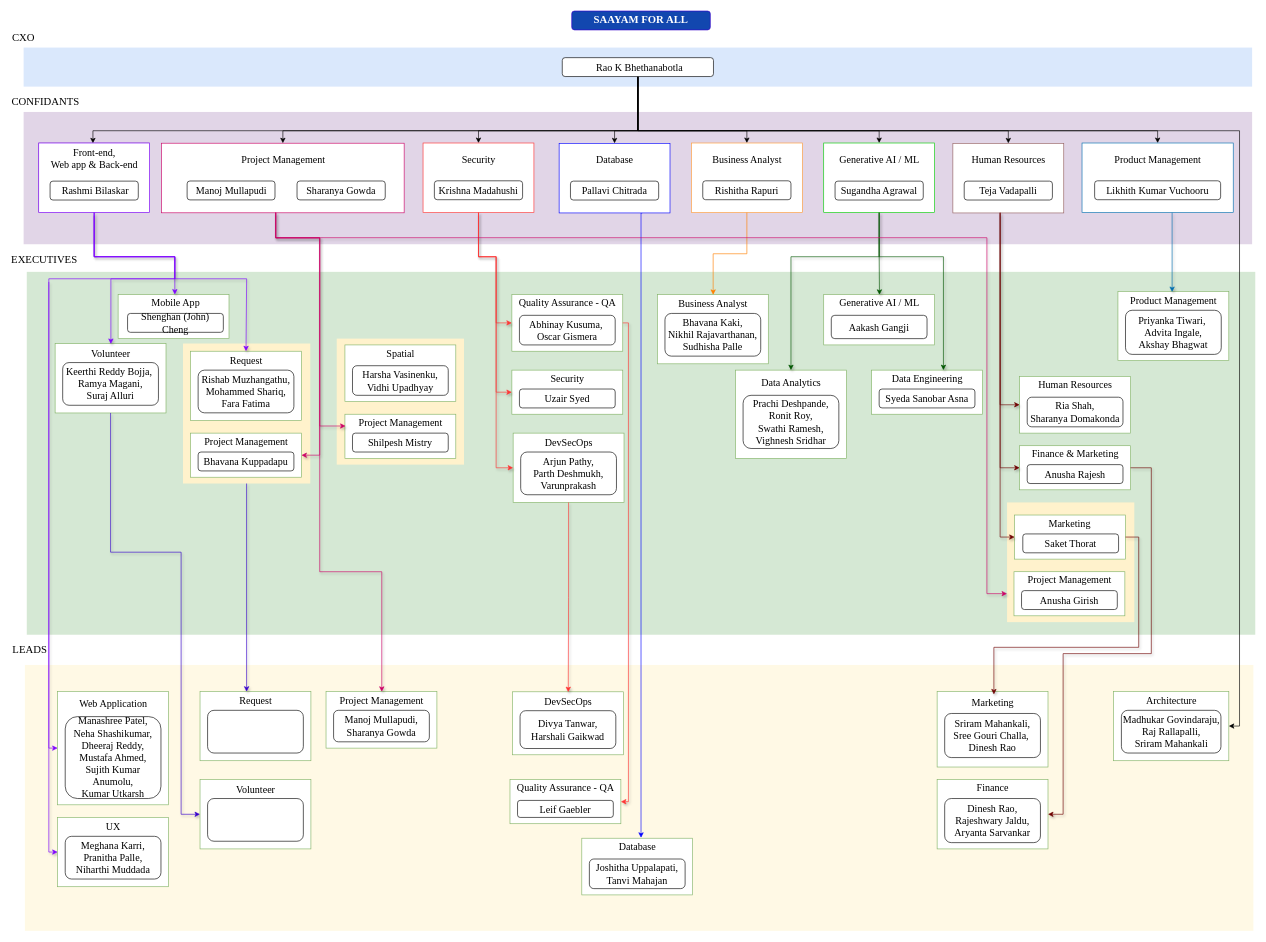
Before: saayam_organizationchart.drawio in PallaviChitrada10/PallaviChitrada10, a draw.io diagram. Source tidied: cells renumbered, new cells numbered last; positions are measured from the earlier drawing's top-left corner, leaving out a move shared by most shapes. Both pictures are drawn from the tidied source at 63%, with x=0, y=0 at pixel (11, 11).
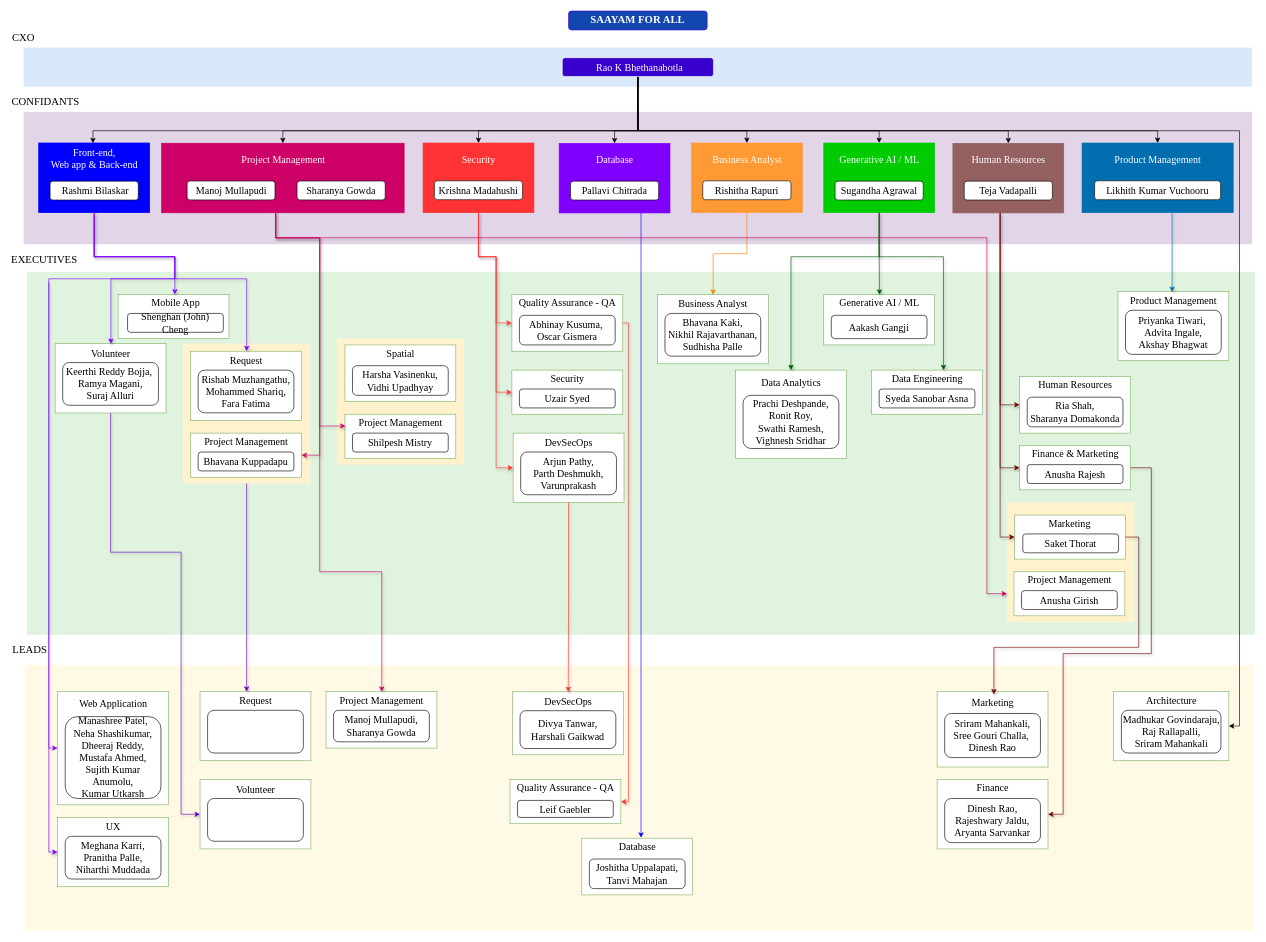
Above is the later version.

Unchanged cells that the change refers to:
```xml
<mxCell id="23" style="group;" parent="1" vertex="1">
  <mxGeometry x="654" y="209.5" width="176" height="110.5" as="geometry" />
</mxCell>
<mxCell id="27" style="group;" parent="1" vertex="1">
  <mxGeometry x="239" y="209.8" width="385" height="110.5" as="geometry" />
</mxCell>
<mxCell id="32" style="group;" parent="1" vertex="1">
  <mxGeometry x="870" y="210" width="176" height="110.5" as="geometry" />
</mxCell>
<mxCell id="37" style="group;" parent="1" vertex="1">
  <mxGeometry x="1080" y="209.5" width="176" height="110.5" as="geometry" />
</mxCell>
<mxCell id="41" style="group;" parent="1" vertex="1">
  <mxGeometry x="1290" y="209.5" width="176" height="110.5" as="geometry" />
</mxCell>
<mxCell id="45" style="group;" parent="1" vertex="1">
  <mxGeometry x="1495" y="210" width="176" height="110.5" as="geometry" />
</mxCell>
<mxCell id="49" style="group;" parent="1" vertex="1">
  <mxGeometry x="1700" y="209.5" width="240" height="110.5" as="geometry" />
</mxCell>
<mxCell id="70" style="rounded=0;whiteSpace=wrap;html=1;strokeColor=none;fillColor=#FFF2CC;fontFamily=Garamond;" parent="69" vertex="1">
  <mxGeometry x="-12" y="-12.2" width="202" height="222.2" as="geometry" />
</mxCell>
<mxCell id="71" style="rounded=0;whiteSpace=wrap;html=1;strokeColor=#82b366;fillColor=light-dark(#ffffff, #1f2f1e);fontFamily=Garamond;" parent="69" vertex="1">
  <mxGeometry width="176" height="110" as="geometry" />
</mxCell>
<mxCell id="133" style="rounded=0;whiteSpace=wrap;html=1;strokeColor=#82b366;fillColor=light-dark(#ffffff, #1f2f1e);fontFamily=Garamond;" parent="132" vertex="1">
  <mxGeometry width="176" height="110" as="geometry" />
</mxCell>
<mxCell id="177" style="rounded=0;whiteSpace=wrap;html=1;strokeColor=#82b366;fillColor=light-dark(#ffffff, #1f2f1e);fontFamily=Garamond;" parent="176" vertex="1">
  <mxGeometry width="176" height="110" as="geometry" />
</mxCell>
<mxCell id="183" style="rounded=0;whiteSpace=wrap;html=1;strokeColor=#82b366;fillColor=light-dark(#ffffff, #1f2f1e);fontFamily=Garamond;" parent="182" vertex="1">
  <mxGeometry width="176" height="110" as="geometry" />
</mxCell>
```

The edit, as a diff of the source:
```diff
@@
-    <mxCell id="3" style="rounded=0;whiteSpace=wrap;html=1;strokeColor=none;fillColor=#d5e8d4;fontFamily=Garamond;" parent="1" vertex="1">
+    <mxCell id="3" style="rounded=0;whiteSpace=wrap;html=1;strokeColor=none;fillColor=#DFF3DE;fontFamily=Garamond;" parent="1" vertex="1">
       <mxGeometry x="25" y="414" width="1950" height="576" as="geometry" />
     </mxCell>
@@
     <mxCell id="5" value="&lt;b&gt;&lt;font style=&quot;font-size: 17px;&quot;&gt;SAAYAM FOR ALL&lt;/font&gt;&lt;/b&gt;" style="rounded=1;whiteSpace=wrap;html=1;fillColor=light-dark(#1247af, #3a756b);strokeColor=#3700CC;fontColor=#ffffff;fontFamily=Garamond;" parent="1" vertex="1">
-      <mxGeometry x="890" width="220" height="30" as="geometry" />
+      <mxGeometry x="885" width="220" height="30" as="geometry" />
     </mxCell>
@@
-    <mxCell id="16" value="&lt;p class=&quot;MsoNormal&quot; style=&quot;text-indent: 0.5in;&quot;&gt;&lt;font face=&quot;Garamond&quot; style=&quot;font-size: 16px;&quot;&gt;&amp;nbsp;Rao K Bhethanabotla&lt;/font&gt;&lt;/p&gt;" style="rounded=1;whiteSpace=wrap;html=1;fontFamily=Garamond;align=left;" parent="1" vertex="1">
+    <mxCell id="16" value="&lt;p class=&quot;MsoNormal&quot; style=&quot;text-indent: 0.5in;&quot;&gt;&lt;font face=&quot;Garamond&quot; style=&quot;font-size: 16px; color: rgb(255, 255, 255);&quot;&gt;&amp;nbsp;Rao K Bhethanabotla&lt;/font&gt;&lt;/p&gt;" style="rounded=1;whiteSpace=wrap;html=1;fontFamily=Garamond;align=left;fillColor=#3700CC;strokeColor=#FFFFFF;" parent="1" vertex="1">
       <mxGeometry x="875" y="74" width="240" height="30" as="geometry" />
     </mxCell>
@@
-    <mxCell id="19" style="group;strokeColor=#9673a6;fillColor=#e1d5e7;" parent="1" vertex="1">
+    <mxCell id="19" style="group;strokeColor=#9673a6;fillColor=#E1D5E7;" parent="1" vertex="1">
       <mxGeometry x="44" y="209.5" width="176" height="110.5" as="geometry" />
     </mxCell>
-    <mxCell id="20" style="rounded=0;whiteSpace=wrap;html=1;strokeColor=#7F00FF;fillColor=light-dark(#ffffff, #1f2f1e);fontFamily=Garamond;" parent="19" vertex="1">
+    <mxCell id="20" style="rounded=0;whiteSpace=wrap;html=1;strokeColor=light-dark(#0000FF,#1F2F1E);fillColor=light-dark(#0000FF,#1F2F1E);fontFamily=Garamond;" parent="19" vertex="1">
       <mxGeometry width="176" height="110.5" as="geometry" />
     </mxCell>
-    <mxCell id="21" value="&lt;span lang=&quot;EN-IN&quot; style=&quot;font-size: 12pt; line-height: 115%;&quot;&gt;&lt;font face=&quot;Garamond&quot;&gt;Front-end,&lt;br&gt;Web app &amp;amp; Back-end&lt;/font&gt;&lt;/span&gt;" style="text;html=1;whiteSpace=wrap;strokeColor=none;fillColor=none;align=center;verticalAlign=middle;rounded=0;" parent="19" vertex="1">
+    <mxCell id="21" value="&lt;span lang=&quot;EN-IN&quot; style=&quot;font-size: 12pt; line-height: 115%;&quot;&gt;&lt;font face=&quot;Garamond&quot; style=&quot;color: rgb(255, 255, 255);&quot;&gt;Front-end,&lt;br&gt;Web app &amp;amp; Back-end&lt;/font&gt;&lt;/span&gt;" style="text;html=1;whiteSpace=wrap;strokeColor=none;fillColor=none;align=center;verticalAlign=middle;rounded=0;" parent="19" vertex="1">
       <mxGeometry x="1" y="10.5" width="175" height="30" as="geometry" />
     </mxCell>
@@
-    <mxCell id="24" style="rounded=0;whiteSpace=wrap;html=1;strokeColor=#FF3333;fillColor=light-dark(#ffffff, #1f2f1e);fontFamily=Garamond;" parent="23" vertex="1">
+    <mxCell id="24" style="rounded=0;whiteSpace=wrap;html=1;strokeColor=#FF3333;fillColor=light-dark(#FF3333,#1F2F1E);fontFamily=Garamond;" parent="23" vertex="1">
       <mxGeometry width="176" height="110.5" as="geometry" />
     </mxCell>
-    <mxCell id="25" value="&lt;font face=&quot;Garamond&quot;&gt;&lt;span style=&quot;font-size: 16px;&quot;&gt;Security&lt;/span&gt;&lt;/font&gt;" style="text;html=1;whiteSpace=wrap;strokeColor=none;fillColor=none;align=center;verticalAlign=middle;rounded=0;" parent="23" vertex="1">
+    <mxCell id="25" value="&lt;font face=&quot;Garamond&quot; style=&quot;color: rgb(255, 255, 255);&quot;&gt;&lt;span style=&quot;font-size: 16px;&quot;&gt;Security&lt;/span&gt;&lt;/font&gt;" style="text;html=1;whiteSpace=wrap;strokeColor=none;fillColor=none;align=center;verticalAlign=middle;rounded=0;" parent="23" vertex="1">
       <mxGeometry x="1" y="10.5" width="175" height="30" as="geometry" />
     </mxCell>
@@
-    <mxCell id="28" style="rounded=0;whiteSpace=wrap;html=1;strokeColor=#CC0066;fillColor=light-dark(#ffffff, #1f2f1e);fontFamily=Garamond;" parent="27" vertex="1">
+    <mxCell id="28" style="rounded=0;whiteSpace=wrap;html=1;strokeColor=#CC0066;fillColor=light-dark(#CC0066,#1F2F1E);fontFamily=Garamond;" parent="27" vertex="1">
       <mxGeometry width="385" height="110.5" as="geometry" />
     </mxCell>
-    <mxCell id="29" value="&lt;font face=&quot;Garamond&quot;&gt;&lt;span style=&quot;font-size: 16px;&quot;&gt;Project Management&lt;/span&gt;&lt;/font&gt;" style="text;html=1;whiteSpace=wrap;strokeColor=none;fillColor=none;align=center;verticalAlign=middle;rounded=0;" parent="27" vertex="1">
+    <mxCell id="29" value="&lt;font face=&quot;Garamond&quot; style=&quot;color: rgb(255, 255, 255);&quot;&gt;&lt;span style=&quot;font-size: 16px;&quot;&gt;Project Management&lt;/span&gt;&lt;/font&gt;" style="text;html=1;whiteSpace=wrap;strokeColor=none;fillColor=none;align=center;verticalAlign=middle;rounded=0;" parent="27" vertex="1">
       <mxGeometry x="2.2" y="10.5" width="382.8" height="30" as="geometry" />
     </mxCell>
@@
-    <mxCell id="34" style="rounded=0;whiteSpace=wrap;html=1;strokeColor=#0000FF;fillColor=light-dark(#ffffff, #1f2f1e);fontFamily=Garamond;" parent="32" vertex="1">
+    <mxCell id="34" style="rounded=0;whiteSpace=wrap;html=1;strokeColor=#7F00FF;fillColor=light-dark(#7F00FF,#1F2F1E);fontFamily=Garamond;" parent="32" vertex="1">
       <mxGeometry width="176" height="110.5" as="geometry" />
     </mxCell>
-    <mxCell id="35" value="&lt;font face=&quot;Garamond&quot;&gt;&lt;span style=&quot;font-size: 16px;&quot;&gt;Database&lt;/span&gt;&lt;/font&gt;" style="text;html=1;whiteSpace=wrap;strokeColor=none;fillColor=none;align=center;verticalAlign=middle;rounded=0;" parent="32" vertex="1">
+    <mxCell id="35" value="&lt;font face=&quot;Garamond&quot; style=&quot;color: rgb(255, 255, 255);&quot;&gt;&lt;span style=&quot;font-size: 16px;&quot;&gt;Database&lt;/span&gt;&lt;/font&gt;" style="text;html=1;whiteSpace=wrap;strokeColor=none;fillColor=none;align=center;verticalAlign=middle;rounded=0;" parent="32" vertex="1">
       <mxGeometry x="1" y="10.5" width="175" height="30" as="geometry" />
     </mxCell>
@@
-    <mxCell id="38" style="rounded=0;whiteSpace=wrap;html=1;strokeColor=#FF9933;fillColor=light-dark(#ffffff, #1f2f1e);fontFamily=Garamond;" parent="37" vertex="1">
+    <mxCell id="38" style="rounded=0;whiteSpace=wrap;html=1;strokeColor=#FF9933;fillColor=light-dark(#FF9933,#1F2F1E);fontFamily=Garamond;" parent="37" vertex="1">
       <mxGeometry width="176" height="110.5" as="geometry" />
     </mxCell>
-    <mxCell id="39" value="&lt;font face=&quot;Garamond&quot;&gt;&lt;span style=&quot;font-size: 16px;&quot;&gt;Business Analyst&lt;/span&gt;&lt;/font&gt;" style="text;html=1;whiteSpace=wrap;strokeColor=none;fillColor=none;align=center;verticalAlign=middle;rounded=0;" parent="37" vertex="1">
+    <mxCell id="39" value="&lt;font face=&quot;Garamond&quot; style=&quot;color: rgb(255, 255, 255);&quot;&gt;&lt;span style=&quot;font-size: 16px;&quot;&gt;Business Analyst&lt;/span&gt;&lt;/font&gt;" style="text;html=1;whiteSpace=wrap;strokeColor=none;fillColor=none;align=center;verticalAlign=middle;rounded=0;" parent="37" vertex="1">
       <mxGeometry x="1" y="10.5" width="175" height="30" as="geometry" />
     </mxCell>
@@
-    <mxCell id="42" style="rounded=0;whiteSpace=wrap;html=1;strokeColor=#00CC00;fillColor=light-dark(#ffffff, #1f2f1e);fontFamily=Garamond;" parent="41" vertex="1">
+    <mxCell id="42" style="rounded=0;whiteSpace=wrap;html=1;strokeColor=#00CC00;fillColor=light-dark(#00CC00,#1F2F1E);fontFamily=Garamond;" parent="41" vertex="1">
       <mxGeometry width="176" height="110.5" as="geometry" />
     </mxCell>
-    <mxCell id="43" value="&lt;font face=&quot;Garamond&quot;&gt;&lt;span style=&quot;font-size: 16px;&quot;&gt;Generative AI / ML&lt;/span&gt;&lt;/font&gt;" style="text;html=1;whiteSpace=wrap;strokeColor=none;fillColor=none;align=center;verticalAlign=middle;rounded=0;" parent="41" vertex="1">
+    <mxCell id="43" value="&lt;font face=&quot;Garamond&quot; style=&quot;color: rgb(255, 255, 255);&quot;&gt;&lt;span style=&quot;font-size: 16px;&quot;&gt;Generative AI / ML&lt;/span&gt;&lt;/font&gt;" style="text;html=1;whiteSpace=wrap;strokeColor=none;fillColor=none;align=center;verticalAlign=middle;rounded=0;" parent="41" vertex="1">
       <mxGeometry x="1" y="10.5" width="175" height="30" as="geometry" />
     </mxCell>
@@
-    <mxCell id="46" style="rounded=0;whiteSpace=wrap;html=1;strokeColor=light-dark(#946060,#946060);fillColor=light-dark(#ffffff, #1f2f1e);fontFamily=Garamond;" parent="45" vertex="1">
+    <mxCell id="46" style="rounded=0;whiteSpace=wrap;html=1;strokeColor=light-dark(#946060,#946060);fillColor=light-dark(#946060,#1F2F1E);fontFamily=Garamond;" parent="45" vertex="1">
       <mxGeometry width="176" height="110.5" as="geometry" />
     </mxCell>
-    <mxCell id="47" value="&lt;font face=&quot;Garamond&quot;&gt;&lt;span style=&quot;font-size: 16px;&quot;&gt;Human Resources&lt;/span&gt;&lt;/font&gt;" style="text;html=1;whiteSpace=wrap;strokeColor=none;fillColor=none;align=center;verticalAlign=middle;rounded=0;" parent="45" vertex="1">
+    <mxCell id="47" value="&lt;font face=&quot;Garamond&quot; style=&quot;color: rgb(255, 255, 255);&quot;&gt;&lt;span style=&quot;font-size: 16px;&quot;&gt;Human Resources&lt;/span&gt;&lt;/font&gt;" style="text;html=1;whiteSpace=wrap;strokeColor=none;fillColor=none;align=center;verticalAlign=middle;rounded=0;" parent="45" vertex="1">
       <mxGeometry x="1" y="10.5" width="175" height="30" as="geometry" />
     </mxCell>
@@
-    <mxCell id="50" style="rounded=0;whiteSpace=wrap;html=1;strokeColor=#006EAF;fillColor=#FFFFFF;fontFamily=Garamond;fontColor=#ffffff;" parent="49" vertex="1">
+    <mxCell id="50" style="rounded=0;whiteSpace=wrap;html=1;strokeColor=#006EAF;fillColor=#006EAF;fontFamily=Garamond;fontColor=#ffffff;" parent="49" vertex="1">
       <mxGeometry width="240" height="110.5" as="geometry" />
     </mxCell>
-    <mxCell id="51" value="&lt;font face=&quot;Garamond&quot;&gt;&lt;span style=&quot;font-size: 16px;&quot;&gt;Product Management&lt;/span&gt;&lt;/font&gt;" style="text;html=1;whiteSpace=wrap;strokeColor=none;fillColor=none;align=center;verticalAlign=middle;rounded=0;" parent="49" vertex="1">
+    <mxCell id="51" value="&lt;font face=&quot;Garamond&quot; style=&quot;color: rgb(255, 255, 255);&quot;&gt;&lt;span style=&quot;font-size: 16px;&quot;&gt;Product Management&lt;/span&gt;&lt;/font&gt;" style="text;html=1;whiteSpace=wrap;strokeColor=none;fillColor=none;align=center;verticalAlign=middle;rounded=0;" parent="49" vertex="1">
       <mxGeometry x="1" y="10.5" width="239" height="30" as="geometry" />
     </mxCell>
@@
-    <mxCell id="158" style="edgeStyle=orthogonalEdgeStyle;rounded=0;jettySize=auto;html=1;exitX=0.5;exitY=1;exitDx=0;exitDy=0;entryX=0.5;entryY=0;entryDx=0;entryDy=0;strokeColor=#7F00FF;shadow=1;" parent="1" edge="1" target="71">
+    <mxCell id="158" style="edgeStyle=orthogonalEdgeStyle;rounded=0;orthogonalLoop=1;jettySize=auto;html=1;exitX=0.5;exitY=1;exitDx=0;exitDy=0;strokeColor=#7F00FF;shadow=1;" parent="1" edge="1">
       <mxGeometry relative="1" as="geometry">
         <mxPoint x="132" y="325" as="sourcePoint" />
+        <mxPoint x="374" y="540" as="targetPoint" />
         <Array as="points">
           <mxPoint x="132" y="390" />
           <mxPoint x="260" y="390" />
           <mxPoint x="260" y="425" />
           <mxPoint x="374" y="425" />
           <mxPoint x="374" y="540" />
         </Array>
       </mxGeometry>
     </mxCell>
@@
-    <mxCell id="181" style="edgeStyle=orthogonalEdgeStyle;rounded=0;jettySize=auto;html=1;exitX=0.5;exitY=1;exitDx=0;exitDy=0;entryX=0;entryY=0.5;entryDx=0;entryDy=0;strokeColor=#3700CC;shadow=1;fillColor=#6a00ff;" parent="1" edge="1" source="133" target="183">
+    <mxCell id="181" style="edgeStyle=orthogonalEdgeStyle;rounded=0;jettySize=auto;html=1;exitX=0.5;exitY=1;exitDx=0;exitDy=0;entryX=0;entryY=0.5;entryDx=0;entryDy=0;strokeColor=#6600CC;shadow=1;fillColor=#6a00ff;" parent="1" edge="1" source="133" target="183">
       <mxGeometry relative="1" as="geometry">
         <Array as="points">
           <mxPoint x="158" y="859" />
           <mxPoint x="270" y="859" />
           <mxPoint x="270" y="1275" />
         </Array>
       </mxGeometry>
     </mxCell>
@@
-    <mxCell id="187" style="edgeStyle=orthogonalEdgeStyle;rounded=0;jettySize=auto;html=1;exitX=0.5;exitY=1;exitDx=0;exitDy=0;entryX=0.42;entryY=0.004;entryDx=0;entryDy=0;entryPerimeter=0;strokeColor=#3700CC;shadow=1;fillColor=#6a00ff;" parent="1" edge="1" source="70" target="177">
+    <mxCell id="187" style="edgeStyle=orthogonalEdgeStyle;rounded=0;jettySize=auto;html=1;exitX=0.5;exitY=1;exitDx=0;exitDy=0;entryX=0.42;entryY=0.004;entryDx=0;entryDy=0;entryPerimeter=0;strokeColor=#6600CC;shadow=1;fillColor=#6a00ff;" parent="1" edge="1" source="70" target="177">
       <mxGeometry relative="1" as="geometry">
         <Array as="points">
           <mxPoint x="374" y="1080" />
         </Array>
       </mxGeometry>
     </mxCell>
```
